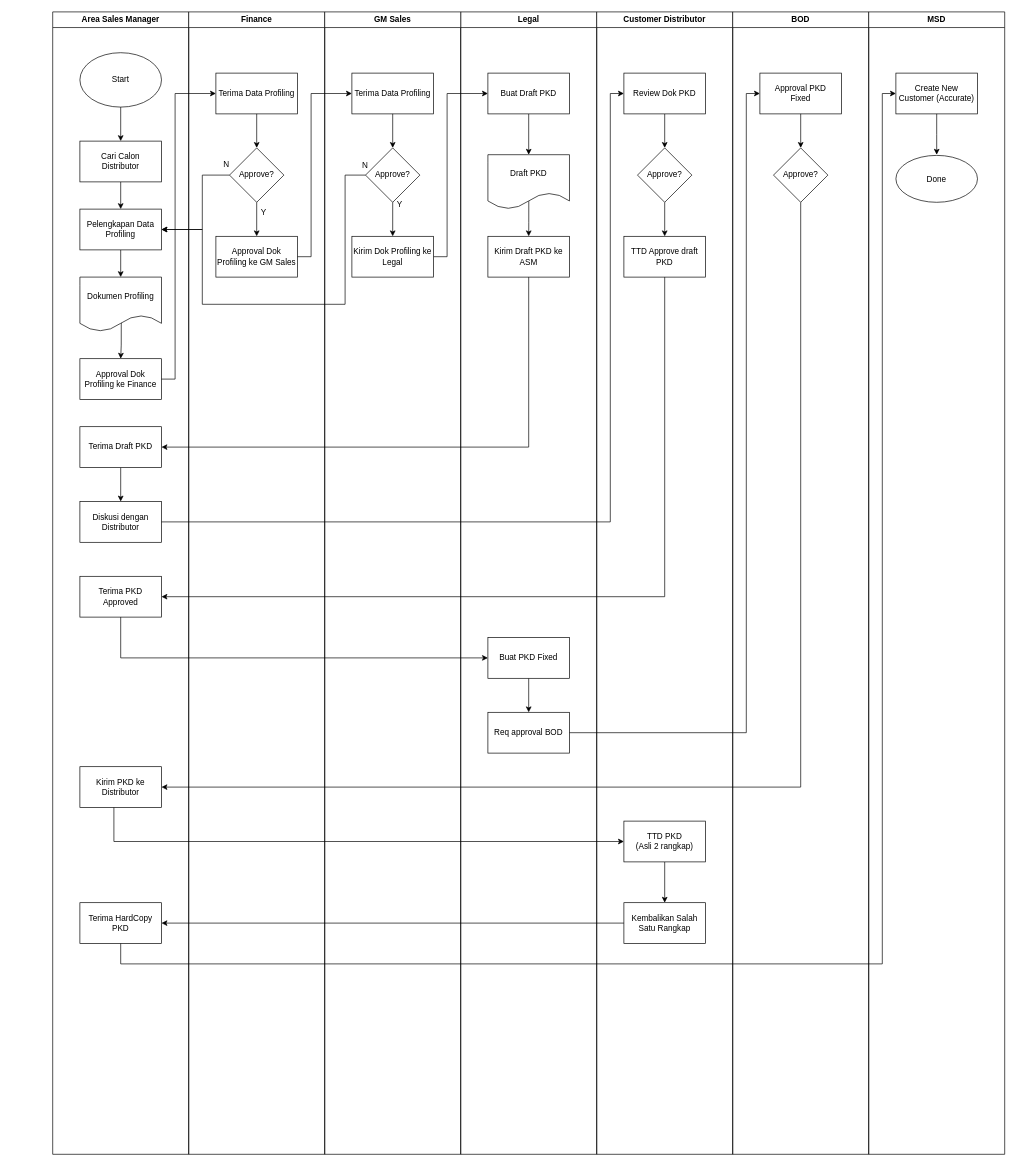
This is page "SOP Sales - New Distributor" (20 of 26) of SOP Agro.drawio from wilhelmus098/pf, a draw.io file, before an edit. Source tidied: cells renumbered, new cells numbered last; positions are measured from the earlier drawing's top-left corner, leaving out a move shared by most shapes. Both pictures are drawn from the tidied source at 68%, with x=0, y=0 at pixel (52, 12).
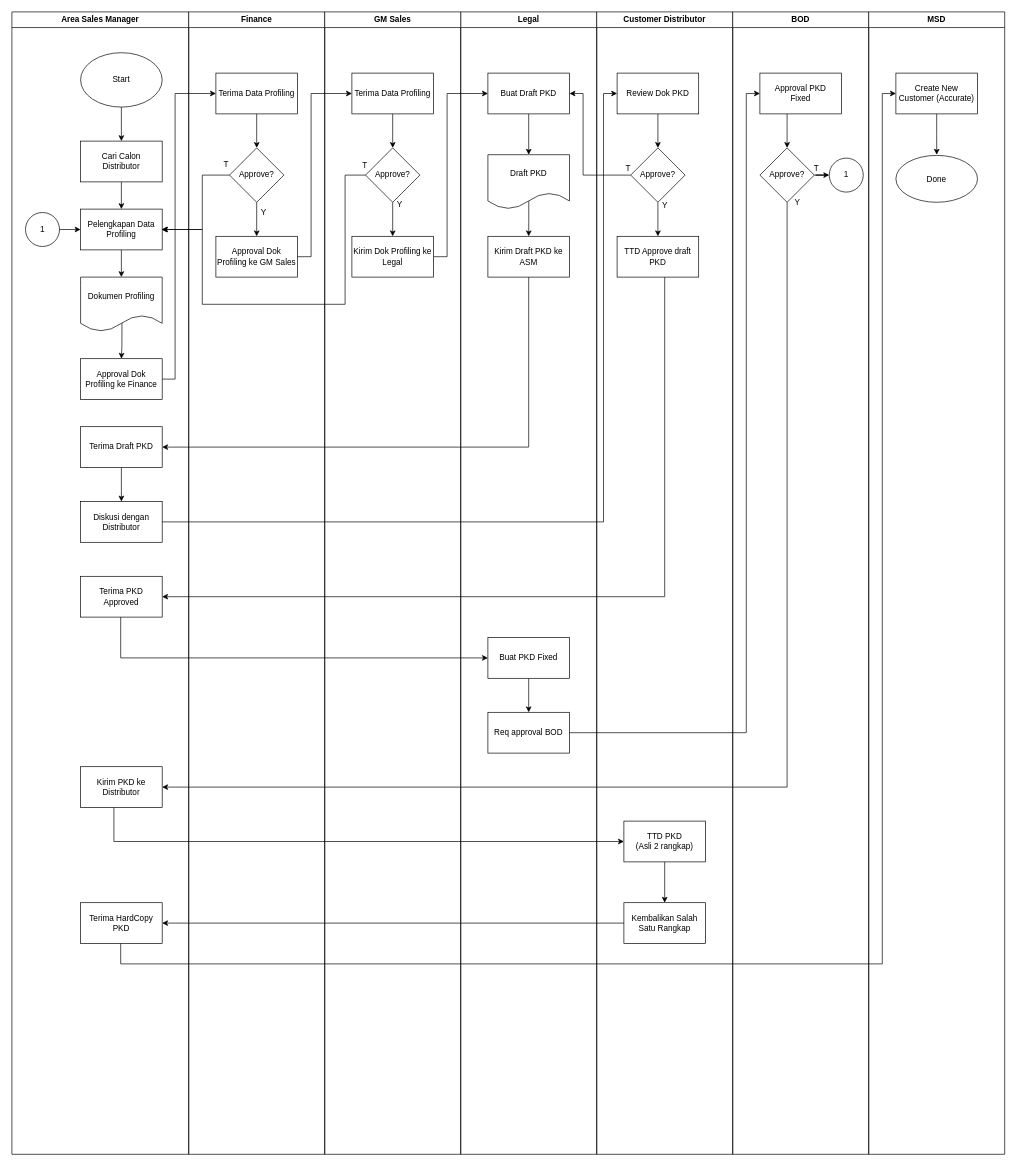
Above is the later version.

The change refers to these unchanged cells:
```xml
<mxCell id="19" value="Legal" style="swimlane;whiteSpace=wrap;html=1;" parent="1" vertex="1">
  <mxGeometry x="600" width="200" height="1680" as="geometry" />
</mxCell>
<mxCell id="29" value="Buat Draft PKD" style="rounded=0;whiteSpace=wrap;html=1;" parent="19" vertex="1">
  <mxGeometry x="40" y="90" width="120" height="60" as="geometry" />
</mxCell>
<mxCell id="45" value="Customer Distributor" style="swimlane;whiteSpace=wrap;html=1;" parent="1" vertex="1">
  <mxGeometry x="800" width="200" height="1680" as="geometry" />
</mxCell>
<mxCell id="54" value="BOD" style="swimlane;whiteSpace=wrap;html=1;" parent="1" vertex="1">
  <mxGeometry x="1000" width="200" height="1680" as="geometry" />
</mxCell>
<mxCell id="55" value="Approval PKD&lt;br&gt;Fixed" style="rounded=0;whiteSpace=wrap;html=1;" parent="54" vertex="1">
  <mxGeometry x="40" y="90" width="120" height="60" as="geometry" />
</mxCell>
```

Diff of the diagram source:
```diff
@@
     <mxCell id="2" value="Area Sales Manager" style="swimlane;whiteSpace=wrap;html=1;" parent="1" vertex="1">
-      <mxGeometry width="200" height="1680" as="geometry" />
+      <mxGeometry x="-60" width="260" height="1680" as="geometry" />
     </mxCell>
@@
     <mxCell id="4" value="Start" style="ellipse;whiteSpace=wrap;html=1;" parent="2" vertex="1">
-      <mxGeometry x="40" y="60" width="120" height="80" as="geometry" />
+      <mxGeometry x="101" y="60" width="120" height="80" as="geometry" />
     </mxCell>
@@
     <mxCell id="6" value="Cari Calon&lt;br&gt;Distributor" style="rounded=0;whiteSpace=wrap;html=1;" parent="2" vertex="1">
-      <mxGeometry x="40" y="190" width="120" height="60" as="geometry" />
+      <mxGeometry x="101" y="190" width="120" height="60" as="geometry" />
     </mxCell>
@@
     <mxCell id="8" value="Dokumen Profiling" style="shape=document;whiteSpace=wrap;html=1;boundedLbl=1;" parent="2" vertex="1">
-      <mxGeometry x="40" y="390" width="120" height="80" as="geometry" />
+      <mxGeometry x="101" y="390" width="120" height="80" as="geometry" />
     </mxCell>
@@
     <mxCell id="10" value="Pelengkapan Data Profiling" style="rounded=0;whiteSpace=wrap;html=1;" parent="2" vertex="1">
-      <mxGeometry x="40" y="290" width="120" height="60" as="geometry" />
+      <mxGeometry x="101" y="290" width="120" height="60" as="geometry" />
     </mxCell>
     <mxCell id="11" value="Approval Dok Profiling ke Finance" style="rounded=0;whiteSpace=wrap;html=1;" parent="2" vertex="1">
-      <mxGeometry x="40" y="510" width="120" height="60" as="geometry" />
+      <mxGeometry x="101" y="510" width="120" height="60" as="geometry" />
     </mxCell>
@@
     <mxCell id="13" value="Terima Draft PKD" style="rounded=0;whiteSpace=wrap;html=1;" parent="2" vertex="1">
-      <mxGeometry x="40" y="610" width="120" height="60" as="geometry" />
+      <mxGeometry x="101" y="610" width="120" height="60" as="geometry" />
     </mxCell>
     <mxCell id="14" value="Diskusi dengan Distributor" style="rounded=0;whiteSpace=wrap;html=1;" parent="2" vertex="1">
-      <mxGeometry x="40" y="720" width="120" height="60" as="geometry" />
+      <mxGeometry x="101" y="720" width="120" height="60" as="geometry" />
     </mxCell>
     <mxCell id="15" value="Terima PKD&lt;br&gt;Approved" style="rounded=0;whiteSpace=wrap;html=1;" parent="2" vertex="1">
-      <mxGeometry x="40" y="830" width="120" height="60" as="geometry" />
+      <mxGeometry x="101" y="830" width="120" height="60" as="geometry" />
     </mxCell>
     <mxCell id="16" value="Kirim PKD ke Distributor" style="rounded=0;whiteSpace=wrap;html=1;" parent="2" vertex="1">
-      <mxGeometry x="40" y="1110" width="120" height="60" as="geometry" />
+      <mxGeometry x="101" y="1110" width="120" height="60" as="geometry" />
     </mxCell>
     <mxCell id="17" value="Terima HardCopy PKD" style="rounded=0;whiteSpace=wrap;html=1;" parent="2" vertex="1">
-      <mxGeometry x="40" y="1310" width="120" height="60" as="geometry" />
+      <mxGeometry x="101" y="1310" width="120" height="60" as="geometry" />
     </mxCell>
+    <mxCell id="74" value="1" style="ellipse;whiteSpace=wrap;html=1;" parent="2" vertex="1">
+      <mxGeometry x="20" y="295" width="50" height="50" as="geometry" />
+    </mxCell>
+    <mxCell id="75" style="endArrow=classic;html=1;rounded=0;entryX=0;entryY=0.5;entryDx=0;entryDy=0;exitX=1;exitY=0.5;exitDx=0;exitDy=0;" parent="2" edge="1" source="74" target="10">
+      <mxGeometry relative="1" as="geometry" />
+    </mxCell>
@@
-    <mxCell id="26" value="N" style="text;html=1;align=center;verticalAlign=middle;strokeColor=none;fillColor=none;" parent="19" vertex="1">
+    <mxCell id="26" value="T" style="text;html=1;align=center;verticalAlign=middle;strokeColor=none;fillColor=none;" parent="19" vertex="1">
       <mxGeometry x="-360" y="210" width="30" height="30" as="geometry" />
     </mxCell>
@@
-    <mxCell id="41" value="N" style="text;html=1;align=center;verticalAlign=middle;strokeColor=none;fillColor=none;" parent="19" vertex="1">
+    <mxCell id="41" value="T" style="text;html=1;align=center;verticalAlign=middle;strokeColor=none;fillColor=none;" parent="19" vertex="1">
       <mxGeometry x="-156" y="211" width="30" height="30" as="geometry" />
     </mxCell>
@@
     <mxCell id="47" value="Review Dok PKD" style="rounded=0;whiteSpace=wrap;html=1;" parent="45" vertex="1">
-      <mxGeometry x="40" y="90" width="120" height="60" as="geometry" />
+      <mxGeometry x="30" y="90" width="120" height="60" as="geometry" />
     </mxCell>
@@
     <mxCell id="49" value="Approve?" style="rhombus;whiteSpace=wrap;html=1;" parent="45" vertex="1">
-      <mxGeometry x="60" y="200" width="80" height="80" as="geometry" />
+      <mxGeometry x="50" y="200" width="80" height="80" as="geometry" />
     </mxCell>
     <mxCell id="50" value="TTD Approve draft PKD" style="rounded=0;whiteSpace=wrap;html=1;" parent="45" vertex="1">
-      <mxGeometry x="40" y="330" width="120" height="60" as="geometry" />
+      <mxGeometry x="30" y="330" width="120" height="60" as="geometry" />
     </mxCell>
@@
+    <mxCell id="76" value="T" style="text;html=1;align=center;verticalAlign=middle;strokeColor=none;fillColor=none;" parent="45" vertex="1">
+      <mxGeometry x="31" y="216" width="30" height="30" as="geometry" />
+    </mxCell>
+    <mxCell id="77" value="Y" style="text;html=1;align=center;verticalAlign=middle;strokeColor=none;fillColor=none;" parent="45" vertex="1">
+      <mxGeometry x="85" y="270" width="30" height="30" as="geometry" />
+    </mxCell>
@@
+    <mxCell id="78" style="edgeStyle=orthogonalEdgeStyle;rounded=0;jettySize=auto;html=1;" parent="54" edge="1" source="56" target="80">
+      <mxGeometry relative="1" as="geometry" />
+    </mxCell>
     <mxCell id="56" value="Approve?" style="rhombus;whiteSpace=wrap;html=1;" parent="54" vertex="1">
-      <mxGeometry x="60" y="200" width="80" height="80" as="geometry" />
+      <mxGeometry x="40" y="200" width="80" height="80" as="geometry" />
     </mxCell>
     <mxCell id="57" style="edgeStyle=orthogonalEdgeStyle;rounded=0;jettySize=auto;html=1;entryX=0.5;entryY=0;entryDx=0;entryDy=0;" parent="54" edge="1" source="55" target="56">
-      <mxGeometry relative="1" as="geometry" />
+      <mxGeometry relative="1" as="geometry">
+        <Array as="points">
+          <mxPoint x="80" y="170" />
+          <mxPoint x="80" y="170" />
+        </Array>
+      </mxGeometry>
     </mxCell>
+    <mxCell id="79" value="Y" style="text;html=1;align=center;verticalAlign=middle;strokeColor=none;fillColor=none;" parent="54" vertex="1">
+      <mxGeometry x="80" y="265" width="30" height="30" as="geometry" />
+    </mxCell>
+    <mxCell id="80" value="1" style="ellipse;whiteSpace=wrap;html=1;" parent="54" vertex="1">
+      <mxGeometry x="142" y="215" width="50" height="50" as="geometry" />
+    </mxCell>
@@
     <mxCell id="62" style="edgeStyle=orthogonalEdgeStyle;rounded=0;jettySize=auto;html=1;entryX=0;entryY=0.5;entryDx=0;entryDy=0;" parent="1" edge="1" source="14" target="47">
       <mxGeometry relative="1" as="geometry">
         <Array as="points">
-          <mxPoint x="820" y="750" />
-          <mxPoint x="820" y="120" />
+          <mxPoint x="810" y="750" />
+          <mxPoint x="810" y="120" />
         </Array>
       </mxGeometry>
     </mxCell>
@@
     <mxCell id="65" style="edgeStyle=orthogonalEdgeStyle;rounded=0;jettySize=auto;html=1;entryX=1;entryY=0.5;entryDx=0;entryDy=0;" parent="1" edge="1" source="56" target="16">
       <mxGeometry relative="1" as="geometry">
         <Array as="points">
-          <mxPoint x="1100" y="1140" />
+          <mxPoint x="1080" y="1140" />
         </Array>
       </mxGeometry>
     </mxCell>
@@
+    <mxCell id="81" style="edgeStyle=orthogonalEdgeStyle;rounded=0;jettySize=auto;html=1;entryX=1;entryY=0.5;entryDx=0;entryDy=0;" parent="1" edge="1" source="49" target="29">
+      <mxGeometry relative="1" as="geometry">
+        <Array as="points">
+          <mxPoint x="780" y="240" />
+          <mxPoint x="780" y="120" />
+        </Array>
+      </mxGeometry>
+    </mxCell>
+    <mxCell id="82" value="T" style="text;html=1;align=center;verticalAlign=middle;strokeColor=none;fillColor=none;" parent="1" vertex="1">
+      <mxGeometry x="1108" y="216" width="30" height="30" as="geometry" />
+    </mxCell>
```
